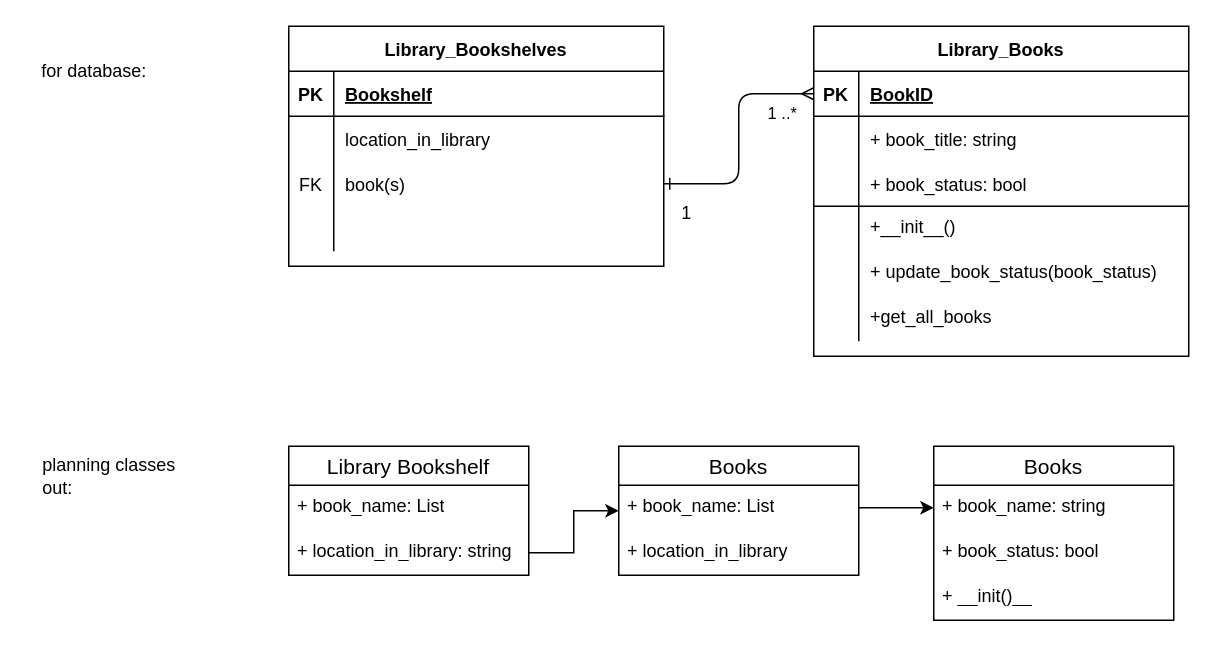
Earlier version of the draw.io diagram GWC_autodesk/GWC.drawio (NotNanetteKaye/Week23-BEYONDFLEX). Source tidied: cells renumbered, new cells numbered last; positions are measured from the earlier drawing's top-left corner, leaving out a move shared by most shapes. Both pictures are drawn from the tidied source at 150%, with x=0, y=0 at pixel (26, 26).
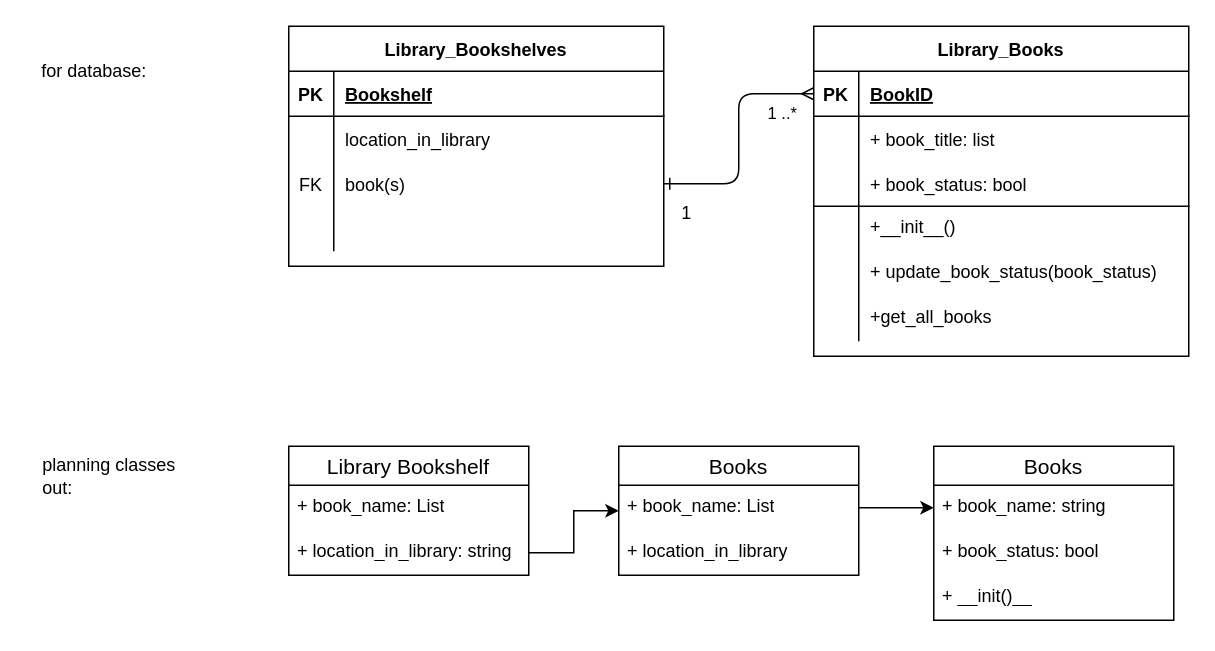
The same diagram, later.

Unchanged cells that the change refers to:
```xml
<mxCell id="6" style="shape=partialRectangle;fillColor=none;top=0;left=0;right=0;bottom=0;" parent="2" vertex="1">
  <mxGeometry y="60" width="250" height="30" as="geometry" />
</mxCell>
```

The edit, as a diff of the source:
```diff
@@
-    <mxCell id="8" value="+ book_title: string    " style="shape=partialRectangle;overflow=hidden;fillColor=none;top=0;left=0;bottom=0;right=0;align=left;spacingLeft=6;" parent="6" vertex="1">
+    <mxCell id="8" value="+ book_title: list" style="shape=partialRectangle;overflow=hidden;fillColor=none;top=0;left=0;bottom=0;right=0;align=left;spacingLeft=6;" parent="6" vertex="1">
       <mxGeometry x="30" width="220" height="30" as="geometry" />
     </mxCell>
```
